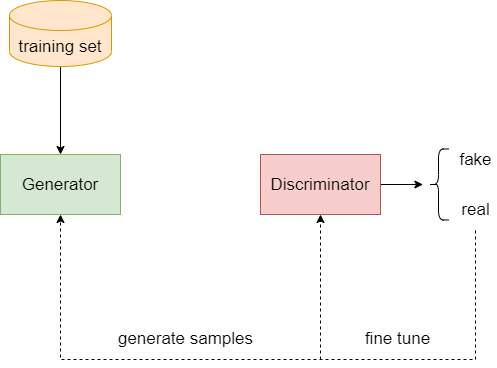
Before: seqgan.drawio.png, a diagram exported from draw.io (lakomi/pictures). Source tidied: cells renumbered, new cells last; positions are measured from the earlier drawing's top-left corner, leaving out a move shared by most shapes.
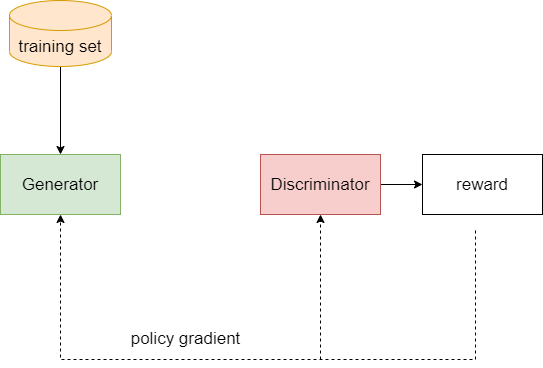
Above is the later version.

The edit, as a diff of the source:
```diff
@@ -5,11 +5,9 @@
     <mxCell id="2" value="Generator" style="rounded=0;whiteSpace=wrap;html=1;fillColor=#d5e8d4;strokeColor=#82b366;fontSize=17;" parent="1" vertex="1">
       <mxGeometry y="154" width="120" height="60" as="geometry" />
     </mxCell>
-    <mxCell id="3" style="edgeStyle=orthogonalEdgeStyle;rounded=0;jettySize=auto;html=1;exitX=1;exitY=0.5;exitDx=0;exitDy=0;" parent="1" edge="1" source="4">
-      <mxGeometry relative="1" as="geometry">
-        <mxPoint x="422.4" y="184" as="targetPoint" />
-      </mxGeometry>
-    </mxCell>
+    <mxCell id="14" style="edgeStyle=orthogonalEdgeStyle;rounded=0;jettySize=auto;html=1;exitX=1;exitY=0.5;exitDx=0;exitDy=0;" parent="1" edge="1" source="4" target="15">
+      <mxGeometry relative="1" as="geometry" />
+    </mxCell>
     <mxCell id="4" value="Discriminator" style="rounded=0;whiteSpace=wrap;html=1;fillColor=#f8cecc;strokeColor=#b85450;fontSize=17;" parent="1" vertex="1">
       <mxGeometry x="260" y="154" width="120" height="60" as="geometry" />
     </mxCell>
@@ -19,18 +17,9 @@
     <mxCell id="6" value="training set" style="shape=cylinder3;whiteSpace=wrap;html=1;boundedLbl=1;backgroundOutline=1;size=15;fillColor=#ffe6cc;strokeColor=#d79b00;fontSize=17;" parent="1" vertex="1">
       <mxGeometry x="9" width="102" height="66" as="geometry" />
     </mxCell>
-    <mxCell id="7" value="generate samples" style="text;html=1;align=center;verticalAlign=middle;strokeColor=none;fillColor=none;fontSize=17;" parent="1" vertex="1">
-      <mxGeometry x="112" y="326" width="145" height="24" as="geometry" />
+    <mxCell id="7" value="policy gradient" style="text;html=1;align=center;verticalAlign=middle;strokeColor=none;fillColor=none;fontSize=17;" parent="1" vertex="1">
+      <mxGeometry x="125" y="326" width="120" height="24" as="geometry" />
     </mxCell>
-    <mxCell id="8" style="shape=curlyBracket;whiteSpace=wrap;html=1;rounded=1;" parent="1" vertex="1">
-      <mxGeometry x="428" y="148.5" width="20" height="71" as="geometry" />
-    </mxCell>
-    <mxCell id="9" value="fake" style="text;html=1;align=center;verticalAlign=middle;strokeColor=none;fillColor=none;fontSize=17;" parent="1" vertex="1">
-      <mxGeometry x="454" y="147" width="42" height="24" as="geometry" />
-    </mxCell>
-    <mxCell id="10" value="real" style="text;html=1;align=center;verticalAlign=middle;strokeColor=none;fillColor=none;fontSize=17;" parent="1" vertex="1">
-      <mxGeometry x="456" y="197" width="38" height="24" as="geometry" />
-    </mxCell>
     <mxCell id="11" style="edgeStyle=elbowEdgeStyle;elbow=vertical;endArrow=classic;html=1;rounded=0;fontSize=20;entryX=0.5;entryY=1;entryDx=0;entryDy=0;dashed=1;" parent="1" edge="1" target="2">
       <mxGeometry relative="1" as="geometry">
         <mxPoint x="475" y="230" as="sourcePoint" />
@@ -44,8 +33,8 @@
         <mxPoint x="320" y="359" as="sourcePoint" />
       </mxGeometry>
     </mxCell>
-    <mxCell id="13" value="fine tune" style="text;html=1;align=center;verticalAlign=middle;strokeColor=none;fillColor=none;fontSize=17;" parent="1" vertex="1">
-      <mxGeometry x="359" y="326" width="76" height="24" as="geometry" />
-    </mxCell>
+    <mxCell id="15" value="reward" style="rounded=0;whiteSpace=wrap;html=1;fontSize=17;" parent="1" vertex="1">
+      <mxGeometry x="422" y="154" width="120" height="60" as="geometry" />
+    </mxCell>
   </root>
 </mxGraphModel>
```
